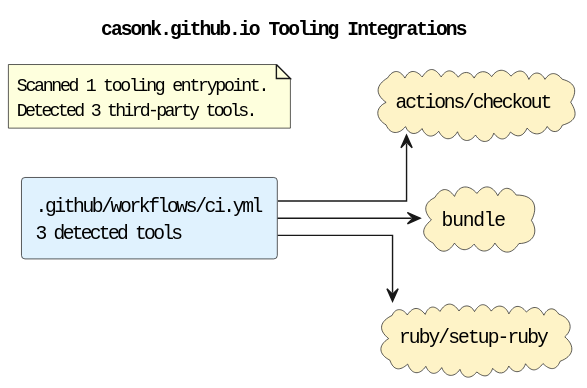
Earlier version of the PlantUML export docs/diagrams/tooling-integrations.puml.svg (casonk/casonk.github.io).
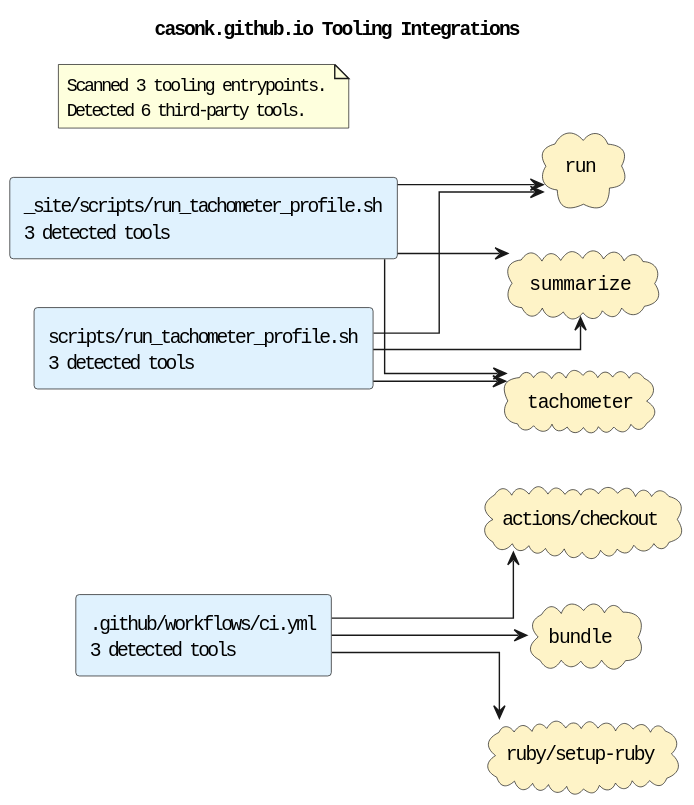
The same diagram one commit later.

What changed in the source:
```diff
@@ -6,14 +6,25 @@
 skinparam componentStyle rectangle
 skinparam linetype ortho
 rectangle ".github/workflows/ci.yml\n3 detected tools" as source_github_workflows_ci_yml #E0F2FE
+rectangle "_site/scripts/run_tachometer_profile.sh\n3 detected tools" as source_site_scripts_run_tachometer_profile_sh #E0F2FE
+rectangle "scripts/run_tachometer_profile.sh\n3 detected tools" as source_scripts_run_tachometer_profile_sh #E0F2FE
 cloud "actions/checkout" as tool_actions_checkout #FEF3C7
 cloud "bundle" as tool_bundle #FEF3C7
 cloud "ruby/setup-ruby" as tool_ruby_setup_ruby #FEF3C7
+cloud "run" as tool_run #FEF3C7
+cloud "summarize" as tool_summarize #FEF3C7
+cloud "tachometer" as tool_tachometer #FEF3C7
 source_github_workflows_ci_yml --> tool_actions_checkout
 source_github_workflows_ci_yml --> tool_bundle
 source_github_workflows_ci_yml --> tool_ruby_setup_ruby
+source_site_scripts_run_tachometer_profile_sh --> tool_run
+source_site_scripts_run_tachometer_profile_sh --> tool_summarize
+source_site_scripts_run_tachometer_profile_sh --> tool_tachometer
+source_scripts_run_tachometer_profile_sh --> tool_run
+source_scripts_run_tachometer_profile_sh --> tool_summarize
+source_scripts_run_tachometer_profile_sh --> tool_tachometer
 note as toolingGraphSummary
-Scanned 1 tooling entrypoint.
-Detected 3 third-party tools.
+Scanned 3 tooling entrypoints.
+Detected 6 third-party tools.
 end note
 @enduml
```
